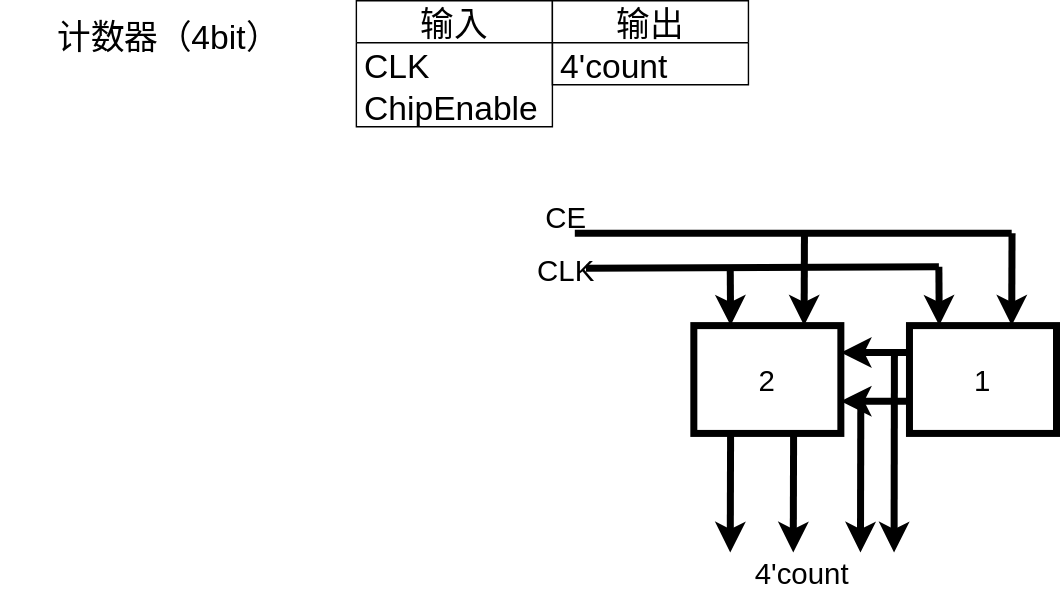
The draw.io diagram humanmachine/Untitled Diagram.drawio.svg in Raspberry-NQ/human-8bit-CPU, before a commit. Source tidied: cells renumbered, new cells last; positions are measured from the earlier drawing's top-left corner, leaving out a move shared by most shapes.
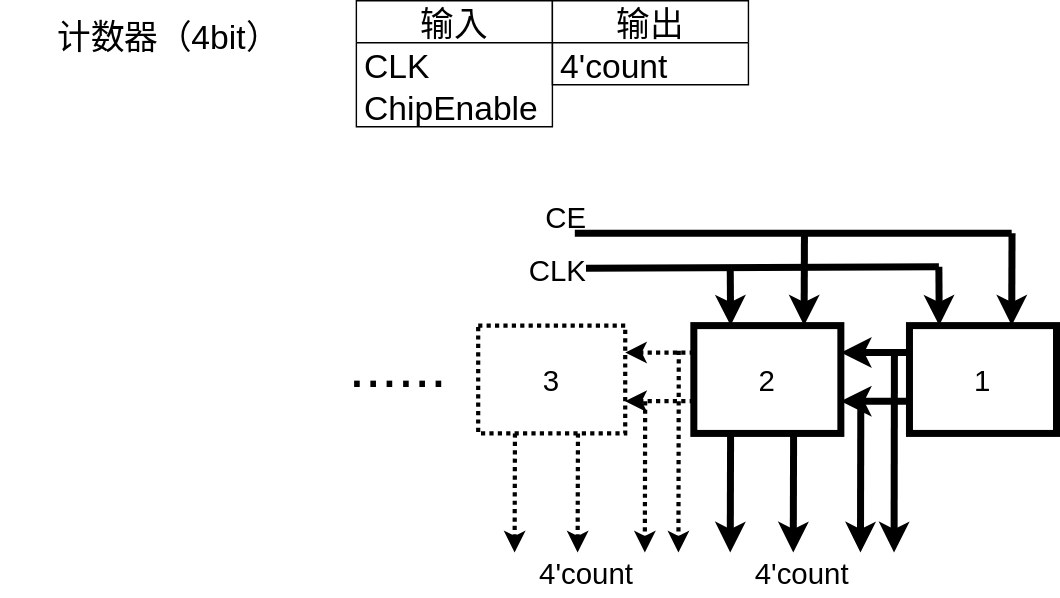
Later version of the same file.

The edit, as a diff of the source:
```diff
@@ -44,7 +44,7 @@
       </mxGeometry>
     </mxCell>
     <mxCell id="13" value="CLK" style="text;html=1;strokeColor=none;fillColor=none;align=center;verticalAlign=middle;whiteSpace=wrap;rounded=0;fontSize=21;spacing=2;strokeWidth=5;" parent="1" vertex="1">
-      <mxGeometry x="374" y="178" width="60" height="30" as="geometry" />
+      <mxGeometry x="368" y="178" width="60" height="30" as="geometry" />
     </mxCell>
     <mxCell id="14" style="endArrow=classic;html=1;rounded=0;fontSize=21;entryX=0.75;entryY=0;entryDx=0;entryDy=0;spacing=2;strokeWidth=5;" parent="1" edge="1" target="8">
       <mxGeometry relative="1" as="geometry">
@@ -101,5 +101,48 @@
     <mxCell id="24" value="4'count" style="text;html=1;strokeColor=none;fillColor=none;align=center;verticalAlign=middle;whiteSpace=wrap;rounded=0;fontSize=21;spacing=2;strokeWidth=5;" parent="1" vertex="1">
       <mxGeometry x="517.5" y="394" width="108.5" height="30" as="geometry" />
     </mxCell>
+    <mxCell id="25" value="3" style="rounded=0;whiteSpace=wrap;html=1;fontSize=21;spacing=2;strokeWidth=3;dashed=1;dashPattern=1 1;" parent="1" vertex="1">
+      <mxGeometry x="341" y="232" width="105" height="77" as="geometry" />
+    </mxCell>
+    <mxCell id="26" style="endArrow=classic;html=1;rounded=0;fontSize=21;exitX=0;exitY=0.25;exitDx=0;exitDy=0;entryX=1;entryY=0.25;entryDx=0;entryDy=0;spacing=2;strokeWidth=3;dashed=1;dashPattern=1 1;" parent="1" edge="1" target="25">
+      <mxGeometry relative="1" as="geometry">
+        <mxPoint x="495" y="251.2" as="sourcePoint" />
+      </mxGeometry>
+    </mxCell>
+    <mxCell id="27" style="endArrow=classic;html=1;rounded=0;fontSize=21;exitX=0;exitY=0.25;exitDx=0;exitDy=0;entryX=1;entryY=0.25;entryDx=0;entryDy=0;spacing=2;strokeWidth=3;dashed=1;dashPattern=1 1;" parent="1" edge="1">
+      <mxGeometry relative="1" as="geometry">
+        <mxPoint x="495" y="286" as="sourcePoint" />
+        <mxPoint x="446" y="286" as="targetPoint" />
+      </mxGeometry>
+    </mxCell>
+    <mxCell id="28" style="endArrow=classic;html=1;rounded=0;fontSize=21;exitX=0.25;exitY=1;exitDx=0;exitDy=0;spacing=2;strokeWidth=3;dashed=1;dashPattern=1 1;" parent="1" edge="1" source="25">
+      <mxGeometry relative="1" as="geometry">
+        <mxPoint x="367" y="394" as="targetPoint" />
+      </mxGeometry>
+    </mxCell>
+    <mxCell id="29" style="endArrow=classic;html=1;rounded=0;fontSize=21;exitX=0.25;exitY=1;exitDx=0;exitDy=0;spacing=2;strokeWidth=3;dashed=1;dashPattern=1 1;" parent="1" edge="1">
+      <mxGeometry relative="1" as="geometry">
+        <mxPoint x="412.2" y="309" as="sourcePoint" />
+        <mxPoint x="412" y="394" as="targetPoint" />
+      </mxGeometry>
+    </mxCell>
+    <mxCell id="30" style="endArrow=classic;html=1;rounded=0;fontSize=21;exitX=0.25;exitY=1;exitDx=0;exitDy=0;spacing=2;strokeWidth=3;dashed=1;dashPattern=1 1;" parent="1" edge="1">
+      <mxGeometry relative="1" as="geometry">
+        <mxPoint x="460.2" y="286" as="sourcePoint" />
+        <mxPoint x="460" y="394" as="targetPoint" />
+      </mxGeometry>
+    </mxCell>
+    <mxCell id="31" style="endArrow=classic;html=1;rounded=0;fontSize=21;exitX=0.25;exitY=1;exitDx=0;exitDy=0;spacing=2;strokeWidth=3;dashed=1;dashPattern=1 1;" parent="1" edge="1">
+      <mxGeometry relative="1" as="geometry">
+        <mxPoint x="484.2" y="250" as="sourcePoint" />
+        <mxPoint x="484" y="394" as="targetPoint" />
+      </mxGeometry>
+    </mxCell>
+    <mxCell id="32" value="4'count" style="text;html=1;strokeColor=none;fillColor=none;align=center;verticalAlign=middle;whiteSpace=wrap;rounded=0;fontSize=21;spacing=2;strokeWidth=3;dashed=1;dashPattern=1 1;" parent="1" vertex="1">
+      <mxGeometry x="363.5" y="394" width="108.5" height="30" as="geometry" />
+    </mxCell>
+    <mxCell id="33" value="&lt;font style=&quot;font-size: 42px&quot;&gt;......&lt;/font&gt;" style="text;html=1;strokeColor=none;fillColor=none;align=center;verticalAlign=middle;whiteSpace=wrap;rounded=0;dashed=1;dashPattern=1 1;fontSize=21;" parent="1" vertex="1">
+      <mxGeometry x="254" y="224" width="60" height="76.5" as="geometry" />
+    </mxCell>
   </root>
 </mxGraphModel>
```
